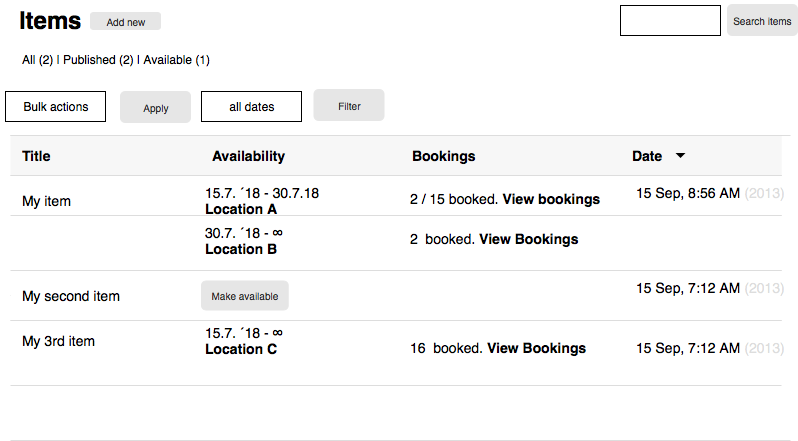
The draw.io diagram admin-item-list.png in flegfleg/commons-booking-2-wireframes, before a commit. Source tidied: cells renumbered, new cells last; positions are measured from the earlier drawing's top-left corner, leaving out a move shared by most shapes. Source of this version:
```xml
<mxGraphModel background="#ffffff">
  <root>
    <mxCell id="0" />
    <mxCell id="1" parent="0" />
    <mxCell id="2" style="edgeStyle=orthogonalEdgeStyle;rounded=0;html=1;jettySize=auto;" parent="1" edge="1" source="8">
      <mxGeometry relative="1" as="geometry">
        <mxPoint x="363" y="195" as="targetPoint" />
      </mxGeometry>
    </mxCell>
    <mxCell id="3" style="shape=partialRectangle;right=0;left=0;strokeColor=#dddddd;fillColor=#ffffff;whiteSpace=wrap;" parent="1" vertex="1">
      <mxGeometry x="10" y="135" width="780" height="305" as="geometry" />
    </mxCell>
    <mxCell id="4" style="html=1;shadow=0;dashed=0;shape=mxgraph.bootstrap.horLines;strokeColor=inherit;fillColor=#000000;fillOpacity=3;" parent="3" vertex="1">
      <mxGeometry width="771.33" height="40" relative="1" as="geometry" />
    </mxCell>
    <mxCell id="5" value="Title" style="html=1;shadow=0;dashed=0;shape=mxgraph.bootstrap.rect;strokeColor=none;fillColor=none;fontSize=14;fontStyle=1;align=left;whiteSpace=wrap;" parent="4" vertex="1">
      <mxGeometry width="150" height="40" relative="1" as="geometry">
        <mxPoint x="10" as="offset" />
      </mxGeometry>
    </mxCell>
    <mxCell id="6" value="Availability" style="html=1;shadow=0;dashed=0;shape=mxgraph.bootstrap.rect;strokeColor=none;fillColor=none;fontSize=14;fontStyle=1;align=left;whiteSpace=wrap;" parent="4" vertex="1">
      <mxGeometry width="150" height="40" relative="1" as="geometry">
        <mxPoint x="200" as="offset" />
      </mxGeometry>
    </mxCell>
    <mxCell id="7" value="Bookings" style="html=1;shadow=0;dashed=0;shape=mxgraph.bootstrap.rect;strokeColor=none;fillColor=none;fontSize=14;fontStyle=1;align=left;whiteSpace=wrap;" parent="4" vertex="1">
      <mxGeometry width="150" height="40" relative="1" as="geometry">
        <mxPoint x="400" as="offset" />
      </mxGeometry>
    </mxCell>
    <mxCell id="8" value="Date" style="html=1;shadow=0;dashed=0;shape=mxgraph.bootstrap.rect;strokeColor=none;fillColor=none;fontSize=14;fontStyle=1;align=left;whiteSpace=wrap;" parent="4" vertex="1">
      <mxGeometry width="100" height="40" relative="1" as="geometry">
        <mxPoint x="620" as="offset" />
      </mxGeometry>
    </mxCell>
    <mxCell id="9" style="shape=triangle;direction=south;strokeColor=none;fillColor=#000000;" parent="4" vertex="1">
      <mxGeometry y="0.5" width="10" height="5" relative="1" as="geometry">
        <mxPoint x="665" y="-2.5" as="offset" />
      </mxGeometry>
    </mxCell>
    <mxCell id="10" style="strokeColor=inherit;fillColor=inherit;gradientColor=inherit;html=1;shadow=0;dashed=0;shape=mxgraph.bootstrap.horLines;" parent="3" vertex="1">
      <mxGeometry width="771.33" height="120" relative="1" as="geometry">
        <mxPoint y="40" as="offset" />
      </mxGeometry>
    </mxCell>
    <mxCell id="11" value="My item&lt;br&gt;" style="html=1;shadow=0;dashed=0;shape=mxgraph.bootstrap.rect;strokeColor=none;fillColor=none;fontSize=14;align=left;whiteSpace=wrap;" parent="10" vertex="1">
      <mxGeometry width="150" height="50" relative="1" as="geometry">
        <mxPoint x="10" as="offset" />
      </mxGeometry>
    </mxCell>
    <mxCell id="12" value="&lt;br&gt;2 / 15 booked. &lt;b&gt;View bookings&lt;/b&gt;&lt;br&gt;" style="html=1;shadow=0;dashed=0;shape=mxgraph.bootstrap.rect;strokeColor=none;fillColor=none;fontSize=14;align=left;overflow=fill;whiteSpace=wrap;" parent="10" vertex="1">
      <mxGeometry width="210" height="50" relative="1" as="geometry">
        <mxPoint x="400" as="offset" />
      </mxGeometry>
    </mxCell>
    <mxCell id="13" value="&lt;table cellpadding=&quot;0&quot; cellspacing=&quot;0&quot; style=&quot;width:100%;height:100%;&quot;&gt;&lt;tr&gt;&lt;td align=&quot;center&quot; valign=&quot;middle&quot; width=&quot;50%&quot;&gt;15 Sep, 8:56 AM &lt;font color=&quot;#dddddd&quot;&gt;(2013)&lt;br&gt;&lt;br&gt;&lt;/font&gt;&lt;/td&gt;&lt;/tr&gt;&lt;/table&gt;" style="html=1;shadow=0;dashed=0;shape=mxgraph.bootstrap.rect;strokeColor=none;fillColor=none;fontSize=14;align=left;overflow=fill;whiteSpace=wrap;" parent="10" vertex="1">
      <mxGeometry width="160" height="50" relative="1" as="geometry">
        <mxPoint x="620" as="offset" />
      </mxGeometry>
    </mxCell>
    <mxCell id="14" value="&lt;table cellpadding=&quot;0&quot; cellspacing=&quot;0&quot; style=&quot;width: 100% ; height: 100%&quot;&gt;&lt;tbody&gt;&lt;tr&gt;&lt;td align=&quot;left&quot; valign=&quot;middle&quot; width=&quot;50%&quot;&gt;15.7. ´18 - 30.7.18 &lt;b&gt;Location A &amp;nbsp;&lt;/b&gt;&lt;/td&gt;&lt;/tr&gt;&lt;/tbody&gt;&lt;/table&gt;" style="html=1;shadow=0;dashed=0;shape=mxgraph.bootstrap.rect;strokeColor=none;fillColor=none;fontSize=14;align=left;overflow=fill;whiteSpace=wrap;" parent="10" vertex="1">
      <mxGeometry width="150" height="50" relative="1" as="geometry">
        <mxPoint x="195" as="offset" />
      </mxGeometry>
    </mxCell>
    <mxCell id="15" style="strokeColor=inherit;fillColor=inherit;gradientColor=inherit;html=1;shadow=0;dashed=0;shape=mxgraph.bootstrap.horLines;" parent="10" vertex="1">
      <mxGeometry y="40" width="771.3" height="80" as="geometry">
        <mxPoint y="40" as="offset" />
      </mxGeometry>
    </mxCell>
    <mxCell id="16" value="&lt;br&gt;2 &amp;nbsp;booked. &lt;b&gt;View Bookings&lt;/b&gt;&lt;br&gt;" style="html=1;shadow=0;dashed=0;shape=mxgraph.bootstrap.rect;strokeColor=none;fillColor=none;fontSize=14;align=left;overflow=fill;whiteSpace=wrap;" parent="15" vertex="1">
      <mxGeometry width="210" height="50" relative="1" as="geometry">
        <mxPoint x="400" as="offset" />
      </mxGeometry>
    </mxCell>
    <mxCell id="17" value="&lt;table cellpadding=&quot;0&quot; cellspacing=&quot;0&quot; style=&quot;width: 100% ; height: 100%&quot;&gt;&lt;tbody&gt;&lt;tr&gt;&lt;td align=&quot;left&quot; valign=&quot;middle&quot; width=&quot;50%&quot;&gt;30.7. ´18 - ∞ &lt;br&gt;&lt;b&gt;Location B &amp;nbsp;&lt;/b&gt;&lt;/td&gt;&lt;/tr&gt;&lt;/tbody&gt;&lt;/table&gt;" style="html=1;shadow=0;dashed=0;shape=mxgraph.bootstrap.rect;strokeColor=none;fillColor=none;fontSize=14;align=left;overflow=fill;whiteSpace=wrap;" parent="15" vertex="1">
      <mxGeometry width="150" height="50" relative="1" as="geometry">
        <mxPoint x="195" as="offset" />
      </mxGeometry>
    </mxCell>
    <mxCell id="18" style="strokeColor=inherit;fillColor=inherit;gradientColor=inherit;html=1;shadow=0;dashed=0;shape=mxgraph.bootstrap.horLines;" parent="15" vertex="1">
      <mxGeometry width="771.33" height="50" relative="1" as="geometry">
        <mxPoint y="55" as="offset" />
      </mxGeometry>
    </mxCell>
    <mxCell id="19" value="My second item&lt;br&gt;" style="html=1;shadow=0;dashed=0;shape=mxgraph.bootstrap.rect;strokeColor=none;fillColor=none;fontSize=14;align=left;whiteSpace=wrap;" parent="18" vertex="1">
      <mxGeometry width="150" height="50" relative="1" as="geometry">
        <mxPoint x="10" as="offset" />
      </mxGeometry>
    </mxCell>
    <mxCell id="20" value="&lt;table cellpadding=&quot;0&quot; cellspacing=&quot;0&quot; style=&quot;width:100%;height:100%;&quot;&gt;&lt;tr&gt;&lt;td align=&quot;center&quot; valign=&quot;middle&quot; width=&quot;50%&quot;&gt;15 Sep, 7:12 AM &lt;font color=&quot;#dddddd&quot;&gt;(2013)&lt;br&gt;&lt;br&gt;&lt;/font&gt;&lt;/td&gt;&lt;/tr&gt;&lt;/table&gt;" style="html=1;shadow=0;dashed=0;shape=mxgraph.bootstrap.rect;strokeColor=none;fillColor=none;fontSize=14;align=left;overflow=fill;whiteSpace=wrap;" parent="18" vertex="1">
      <mxGeometry width="160" height="50" relative="1" as="geometry">
        <mxPoint x="620" as="offset" />
      </mxGeometry>
    </mxCell>
    <mxCell id="21" value="Make available&lt;br&gt;" style="rounded=1;html=1;shadow=0;dashed=0;whiteSpace=wrap;fontSize=10;fillColor=#E6E6E6;align=center;strokeColor=#E6E6E6;fontColor=#333333;" parent="18" vertex="1">
      <mxGeometry x="191" y="10.5" width="86.7" height="29" as="geometry" />
    </mxCell>
    <mxCell id="22" style="strokeColor=inherit;fillColor=inherit;gradientColor=inherit;html=1;shadow=0;dashed=0;shape=mxgraph.bootstrap.horLines;" parent="3" vertex="1">
      <mxGeometry y="185" width="771" height="65" as="geometry">
        <mxPoint y="40" as="offset" />
      </mxGeometry>
    </mxCell>
    <mxCell id="23" value="16 &amp;nbsp;booked. &lt;b&gt;View Bookings&lt;/b&gt;&lt;br&gt;" style="html=1;shadow=0;dashed=0;shape=mxgraph.bootstrap.rect;strokeColor=none;fillColor=none;fontSize=14;align=left;overflow=fill;whiteSpace=wrap;" parent="22" vertex="1">
      <mxGeometry width="210" height="24.38" relative="1" as="geometry">
        <mxPoint x="400" y="20" as="offset" />
      </mxGeometry>
    </mxCell>
    <mxCell id="24" value="&lt;table cellpadding=&quot;0&quot; cellspacing=&quot;0&quot; style=&quot;width: 100% ; height: 100%&quot;&gt;&lt;tbody&gt;&lt;tr&gt;&lt;td align=&quot;left&quot; valign=&quot;middle&quot; width=&quot;50%&quot;&gt;15.7. ´18 - ∞ &lt;br&gt;&lt;b&gt;Location C &amp;nbsp;&lt;/b&gt;&lt;/td&gt;&lt;/tr&gt;&lt;/tbody&gt;&lt;/table&gt;" style="html=1;shadow=0;dashed=0;shape=mxgraph.bootstrap.rect;strokeColor=none;fillColor=none;fontSize=14;align=left;overflow=fill;whiteSpace=wrap;" parent="22" vertex="1">
      <mxGeometry width="150" height="40.62" relative="1" as="geometry">
        <mxPoint x="195" as="offset" />
      </mxGeometry>
    </mxCell>
    <mxCell id="25" value="My 3rd item&lt;br&gt;" style="html=1;shadow=0;dashed=0;shape=mxgraph.bootstrap.rect;strokeColor=none;fillColor=none;fontSize=14;align=left;whiteSpace=wrap;" parent="22" vertex="1">
      <mxGeometry width="150" height="40.62" relative="1" as="geometry">
        <mxPoint x="10" as="offset" />
      </mxGeometry>
    </mxCell>
    <mxCell id="26" value="&lt;table cellpadding=&quot;0&quot; cellspacing=&quot;0&quot; style=&quot;width:100%;height:100%;&quot;&gt;&lt;tr&gt;&lt;td align=&quot;center&quot; valign=&quot;middle&quot; width=&quot;50%&quot;&gt;15 Sep, 7:12 AM &lt;font color=&quot;#dddddd&quot;&gt;(2013)&lt;br&gt;&lt;br&gt;&lt;/font&gt;&lt;/td&gt;&lt;/tr&gt;&lt;/table&gt;" style="html=1;shadow=0;dashed=0;shape=mxgraph.bootstrap.rect;strokeColor=none;fillColor=none;fontSize=14;align=left;overflow=fill;whiteSpace=wrap;" parent="22" vertex="1">
      <mxGeometry width="160" height="24.38" relative="1" as="geometry">
        <mxPoint x="620" y="20" as="offset" />
      </mxGeometry>
    </mxCell>
    <mxCell id="27" value="Items" style="text;strokeColor=none;fillColor=none;html=1;fontSize=24;fontStyle=1;verticalAlign=middle;align=center;" parent="1" vertex="1">
      <mxGeometry width="100" height="40" as="geometry" />
    </mxCell>
    <mxCell id="28" value="Add new" style="rounded=1;html=1;shadow=0;dashed=0;whiteSpace=wrap;fontSize=10;fillColor=#E6E6E6;align=center;strokeColor=#E6E6E6;fontColor=#333333;" parent="1" vertex="1">
      <mxGeometry x="90" y="12" width="70" height="17" as="geometry" />
    </mxCell>
    <mxCell id="29" value="All (2) | Published (2) | Available (1)" style="text;html=1;align=left;verticalAlign=top;spacingTop=-4;" parent="1" vertex="1">
      <mxGeometry x="20" y="50" width="200" height="20" as="geometry" />
    </mxCell>
    <mxCell id="30" value="Bulk actions" style="rounded=0;whiteSpace=wrap;html=1;" parent="1" vertex="1">
      <mxGeometry x="5" y="91" width="100" height="30" as="geometry" />
    </mxCell>
    <mxCell id="31" value="all dates" style="rounded=0;whiteSpace=wrap;html=1;" parent="1" vertex="1">
      <mxGeometry x="201" y="91" width="100" height="30" as="geometry" />
    </mxCell>
    <mxCell id="32" value="Apply" style="rounded=1;html=1;shadow=0;dashed=0;whiteSpace=wrap;fontSize=10;fillColor=#E6E6E6;align=center;strokeColor=#E6E6E6;fontColor=#333333;" parent="1" vertex="1">
      <mxGeometry x="120" y="91" width="70" height="31" as="geometry" />
    </mxCell>
    <mxCell id="33" value="Filter" style="rounded=1;html=1;shadow=0;dashed=0;whiteSpace=wrap;fontSize=10;fillColor=#E6E6E6;align=center;strokeColor=#E6E6E6;fontColor=#333333;" parent="1" vertex="1">
      <mxGeometry x="313.5" y="89" width="70" height="31" as="geometry" />
    </mxCell>
    <mxCell id="34" style="rounded=0;whiteSpace=wrap;html=1;" parent="1" vertex="1">
      <mxGeometry x="620" y="5" width="100" height="30" as="geometry" />
    </mxCell>
    <mxCell id="35" value="Search items" style="rounded=1;html=1;shadow=0;dashed=0;whiteSpace=wrap;fontSize=10;fillColor=#E6E6E6;align=center;strokeColor=#E6E6E6;fontColor=#333333;" parent="1" vertex="1">
      <mxGeometry x="727" y="4" width="70" height="31" as="geometry" />
    </mxCell>
  </root>
</mxGraphModel>
```
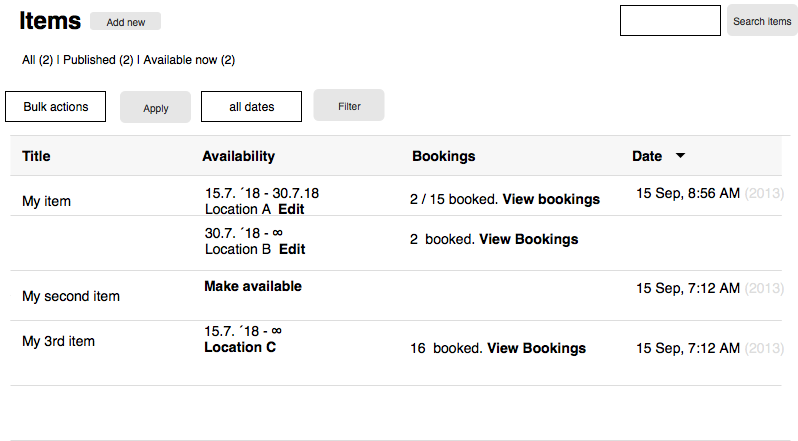
The same diagram one commit later.

Change to the diagram source:
```diff
@@ -19,8 +19,8 @@
       </mxGeometry>
     </mxCell>
     <mxCell id="6" value="Availability" style="html=1;shadow=0;dashed=0;shape=mxgraph.bootstrap.rect;strokeColor=none;fillColor=none;fontSize=14;fontStyle=1;align=left;whiteSpace=wrap;" parent="4" vertex="1">
-      <mxGeometry width="150" height="40" relative="1" as="geometry">
-        <mxPoint x="200" as="offset" />
+      <mxGeometry width="160" height="40" relative="1" as="geometry">
+        <mxPoint x="190" as="offset" />
       </mxGeometry>
     </mxCell>
     <mxCell id="7" value="Bookings" style="html=1;shadow=0;dashed=0;shape=mxgraph.bootstrap.rect;strokeColor=none;fillColor=none;fontSize=14;fontStyle=1;align=left;whiteSpace=wrap;" parent="4" vertex="1">
@@ -58,7 +58,7 @@
         <mxPoint x="620" as="offset" />
       </mxGeometry>
     </mxCell>
-    <mxCell id="14" value="&lt;table cellpadding=&quot;0&quot; cellspacing=&quot;0&quot; style=&quot;width: 100% ; height: 100%&quot;&gt;&lt;tbody&gt;&lt;tr&gt;&lt;td align=&quot;left&quot; valign=&quot;middle&quot; width=&quot;50%&quot;&gt;15.7. ´18 - 30.7.18 &lt;b&gt;Location A &amp;nbsp;&lt;/b&gt;&lt;/td&gt;&lt;/tr&gt;&lt;/tbody&gt;&lt;/table&gt;" style="html=1;shadow=0;dashed=0;shape=mxgraph.bootstrap.rect;strokeColor=none;fillColor=none;fontSize=14;align=left;overflow=fill;whiteSpace=wrap;" parent="10" vertex="1">
+    <mxCell id="14" value="&lt;table cellpadding=&quot;0&quot; cellspacing=&quot;0&quot; style=&quot;width: 100% ; height: 100%&quot;&gt;&lt;tbody&gt;&lt;tr&gt;&lt;td align=&quot;left&quot; valign=&quot;middle&quot; width=&quot;50%&quot;&gt;15.7. ´18 - 30.7.18 Location A &amp;nbsp;&lt;b&gt;Edit&lt;/b&gt;&lt;/td&gt;&lt;/tr&gt;&lt;/tbody&gt;&lt;/table&gt;" style="html=1;shadow=0;dashed=0;shape=mxgraph.bootstrap.rect;strokeColor=none;fillColor=none;fontSize=14;align=left;overflow=fill;whiteSpace=wrap;" parent="10" vertex="1">
       <mxGeometry width="150" height="50" relative="1" as="geometry">
         <mxPoint x="195" as="offset" />
       </mxGeometry>
@@ -73,7 +73,7 @@
         <mxPoint x="400" as="offset" />
       </mxGeometry>
     </mxCell>
-    <mxCell id="17" value="&lt;table cellpadding=&quot;0&quot; cellspacing=&quot;0&quot; style=&quot;width: 100% ; height: 100%&quot;&gt;&lt;tbody&gt;&lt;tr&gt;&lt;td align=&quot;left&quot; valign=&quot;middle&quot; width=&quot;50%&quot;&gt;30.7. ´18 - ∞ &lt;br&gt;&lt;b&gt;Location B &amp;nbsp;&lt;/b&gt;&lt;/td&gt;&lt;/tr&gt;&lt;/tbody&gt;&lt;/table&gt;" style="html=1;shadow=0;dashed=0;shape=mxgraph.bootstrap.rect;strokeColor=none;fillColor=none;fontSize=14;align=left;overflow=fill;whiteSpace=wrap;" parent="15" vertex="1">
+    <mxCell id="17" value="&lt;table cellpadding=&quot;0&quot; cellspacing=&quot;0&quot; style=&quot;width: 100% ; height: 100%&quot;&gt;&lt;tbody&gt;&lt;tr&gt;&lt;td align=&quot;left&quot; valign=&quot;middle&quot; width=&quot;50%&quot;&gt;30.7. ´18 - ∞ &lt;br&gt;Location B &amp;nbsp;&lt;b&gt;Edit&lt;/b&gt;&lt;/td&gt;&lt;/tr&gt;&lt;/tbody&gt;&lt;/table&gt;" style="html=1;shadow=0;dashed=0;shape=mxgraph.bootstrap.rect;strokeColor=none;fillColor=none;fontSize=14;align=left;overflow=fill;whiteSpace=wrap;" parent="15" vertex="1">
       <mxGeometry width="150" height="50" relative="1" as="geometry">
         <mxPoint x="195" as="offset" />
       </mxGeometry>
@@ -93,8 +93,10 @@
         <mxPoint x="620" as="offset" />
       </mxGeometry>
     </mxCell>
-    <mxCell id="21" value="Make available&lt;br&gt;" style="rounded=1;html=1;shadow=0;dashed=0;whiteSpace=wrap;fontSize=10;fillColor=#E6E6E6;align=center;strokeColor=#E6E6E6;fontColor=#333333;" parent="18" vertex="1">
-      <mxGeometry x="191" y="10.5" width="86.7" height="29" as="geometry" />
+    <mxCell id="21" value="&lt;table&gt;&lt;tbody&gt;&lt;tr&gt;&lt;td align=&quot;left&quot; valign=&quot;middle&quot;&gt;&lt;b&gt;Make available&lt;/b&gt;&lt;/td&gt;&lt;/tr&gt;&lt;/tbody&gt;&lt;/table&gt;" style="html=1;shadow=0;dashed=0;shape=mxgraph.bootstrap.rect;strokeColor=none;fillColor=none;fontSize=14;align=left;overflow=fill;whiteSpace=wrap;" parent="18" vertex="1">
+      <mxGeometry y="5" width="130" height="41" as="geometry">
+        <mxPoint x="191" as="offset" />
+      </mxGeometry>
     </mxCell>
     <mxCell id="22" style="strokeColor=inherit;fillColor=inherit;gradientColor=inherit;html=1;shadow=0;dashed=0;shape=mxgraph.bootstrap.horLines;" parent="3" vertex="1">
       <mxGeometry y="185" width="771" height="65" as="geometry">
@@ -106,9 +108,9 @@
         <mxPoint x="400" y="20" as="offset" />
       </mxGeometry>
     </mxCell>
-    <mxCell id="24" value="&lt;table cellpadding=&quot;0&quot; cellspacing=&quot;0&quot; style=&quot;width: 100% ; height: 100%&quot;&gt;&lt;tbody&gt;&lt;tr&gt;&lt;td align=&quot;left&quot; valign=&quot;middle&quot; width=&quot;50%&quot;&gt;15.7. ´18 - ∞ &lt;br&gt;&lt;b&gt;Location C &amp;nbsp;&lt;/b&gt;&lt;/td&gt;&lt;/tr&gt;&lt;/tbody&gt;&lt;/table&gt;" style="html=1;shadow=0;dashed=0;shape=mxgraph.bootstrap.rect;strokeColor=none;fillColor=none;fontSize=14;align=left;overflow=fill;whiteSpace=wrap;" parent="22" vertex="1">
+    <mxCell id="24" value="&lt;table&gt;&lt;tbody&gt;&lt;tr&gt;&lt;td align=&quot;left&quot; valign=&quot;middle&quot;&gt;15.7. ´18 - ∞&lt;br&gt;&lt;b&gt;Location C &amp;nbsp;&lt;/b&gt;&lt;/td&gt;&lt;/tr&gt;&lt;/tbody&gt;&lt;/table&gt;" style="html=1;shadow=0;dashed=0;shape=mxgraph.bootstrap.rect;strokeColor=none;fillColor=none;fontSize=14;align=left;overflow=fill;whiteSpace=wrap;" parent="22" vertex="1">
       <mxGeometry width="150" height="40.62" relative="1" as="geometry">
-        <mxPoint x="195" as="offset" />
+        <mxPoint x="191" as="offset" />
       </mxGeometry>
     </mxCell>
     <mxCell id="25" value="My 3rd item&lt;br&gt;" style="html=1;shadow=0;dashed=0;shape=mxgraph.bootstrap.rect;strokeColor=none;fillColor=none;fontSize=14;align=left;whiteSpace=wrap;" parent="22" vertex="1">
@@ -127,8 +129,8 @@
     <mxCell id="28" value="Add new" style="rounded=1;html=1;shadow=0;dashed=0;whiteSpace=wrap;fontSize=10;fillColor=#E6E6E6;align=center;strokeColor=#E6E6E6;fontColor=#333333;" parent="1" vertex="1">
       <mxGeometry x="90" y="12" width="70" height="17" as="geometry" />
     </mxCell>
-    <mxCell id="29" value="All (2) | Published (2) | Available (1)" style="text;html=1;align=left;verticalAlign=top;spacingTop=-4;" parent="1" vertex="1">
-      <mxGeometry x="20" y="50" width="200" height="20" as="geometry" />
+    <mxCell id="29" value="All (2) | Published (2) | Available now (2)" style="text;html=1;align=left;verticalAlign=top;spacingTop=-4;" parent="1" vertex="1">
+      <mxGeometry x="20" y="50" width="230" height="20" as="geometry" />
     </mxCell>
     <mxCell id="30" value="Bulk actions" style="rounded=0;whiteSpace=wrap;html=1;" parent="1" vertex="1">
       <mxGeometry x="5" y="91" width="100" height="30" as="geometry" />
```
